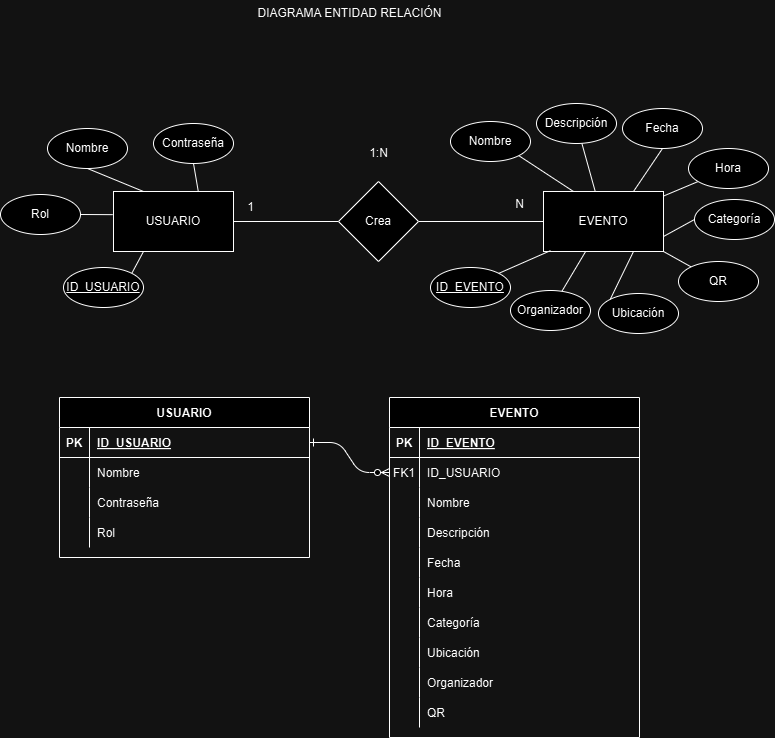
This is DIAGRAMA_ER_PROYECTOWEB.drawio.png from mariajuarezmo/Eventify_Proyecto_Colaborativo, a draw.io export, as it was before one commit. Source tidied: cells renumbered, new cells last; positions are measured from the earlier drawing's top-left corner, leaving out a move shared by most shapes.
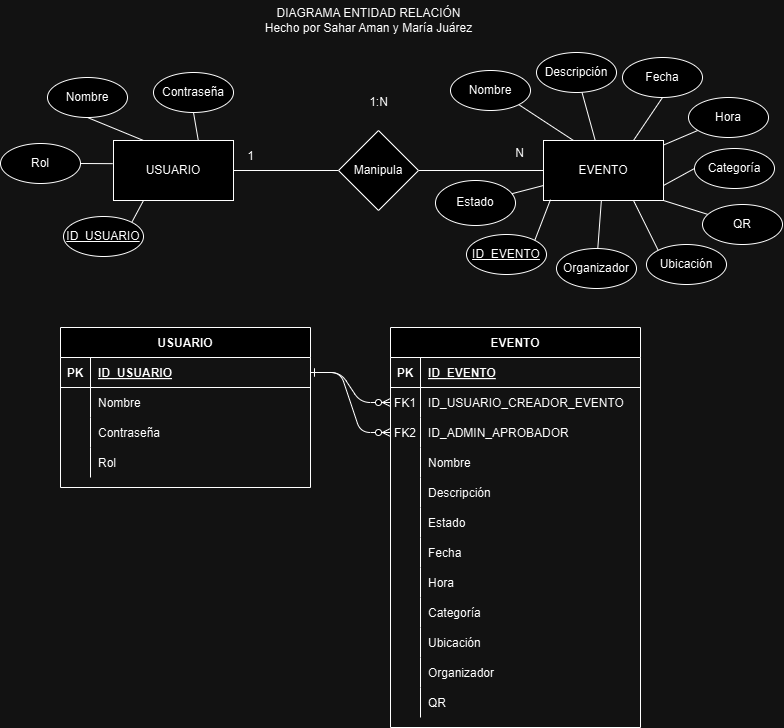
After the commit.

Commit message:
Modificación E-R base de datos

The edit, as a diff of the source:
```diff
@@ -6,7 +6,7 @@
       <mxGeometry relative="1" as="geometry" />
     </mxCell>
     <mxCell id="3" value="EVENTO" style="shape=table;startSize=30;rowLines=0;fontStyle=1;align=center;" parent="1" vertex="1">
-      <mxGeometry x="389" y="397" width="250" height="340" as="geometry" />
+      <mxGeometry x="390" y="378" width="250" height="400" as="geometry" />
     </mxCell>
     <mxCell id="4" style="shape=partialRectangle;fillColor=none;top=0;left=0;right=0;bottom=1;" parent="3" vertex="1">
       <mxGeometry y="30" width="250" height="30" as="geometry" />
@@ -23,11 +23,20 @@
     <mxCell id="8" value="FK1" style="shape=partialRectangle;overflow=hidden;fillColor=none;top=0;left=0;bottom=0;right=0;" parent="7" vertex="1">
       <mxGeometry width="30" height="30" as="geometry" />
     </mxCell>
-    <mxCell id="9" value="ID_USUARIO" style="shape=partialRectangle;overflow=hidden;fillColor=none;top=0;left=0;bottom=0;right=0;align=left;spacingLeft=6;" parent="7" vertex="1">
+    <mxCell id="9" value="ID_USUARIO_CREADOR_EVENTO" style="shape=partialRectangle;overflow=hidden;fillColor=none;top=0;left=0;bottom=0;right=0;align=left;spacingLeft=6;" parent="7" vertex="1">
       <mxGeometry x="30" width="220" height="30" as="geometry" />
     </mxCell>
+    <mxCell id="82" style="shape=partialRectangle;fillColor=none;top=0;left=0;right=0;bottom=0;" parent="3" vertex="1">
+      <mxGeometry y="90" width="250" height="30" as="geometry" />
+    </mxCell>
+    <mxCell id="83" value="FK2" style="shape=partialRectangle;overflow=hidden;fillColor=none;top=0;left=0;bottom=0;right=0;" parent="82" vertex="1">
+      <mxGeometry width="30" height="30" as="geometry" />
+    </mxCell>
+    <mxCell id="84" value="ID_ADMIN_APROBADOR" style="shape=partialRectangle;overflow=hidden;fillColor=none;top=0;left=0;bottom=0;right=0;align=left;spacingLeft=6;" parent="82" vertex="1">
+      <mxGeometry x="30" width="220" height="30" as="geometry" />
+    </mxCell>
     <mxCell id="10" style="shape=partialRectangle;fillColor=none;top=0;left=0;right=0;bottom=0;" parent="3" vertex="1">
-      <mxGeometry y="90" width="250" height="30" as="geometry" />
+      <mxGeometry y="120" width="250" height="30" as="geometry" />
     </mxCell>
     <mxCell id="11" style="shape=partialRectangle;overflow=hidden;fillColor=none;top=0;left=0;bottom=0;right=0;" parent="10" vertex="1">
       <mxGeometry width="30" height="30" as="geometry" />
@@ -36,7 +45,7 @@
       <mxGeometry x="30" width="220" height="30" as="geometry" />
     </mxCell>
     <mxCell id="13" style="shape=partialRectangle;fillColor=none;top=0;left=0;right=0;bottom=0;" parent="3" vertex="1">
-      <mxGeometry y="120" width="250" height="30" as="geometry" />
+      <mxGeometry y="150" width="250" height="30" as="geometry" />
     </mxCell>
     <mxCell id="14" style="shape=partialRectangle;overflow=hidden;fillColor=none;top=0;left=0;bottom=0;right=0;" parent="13" vertex="1">
       <mxGeometry width="30" height="30" as="geometry" />
@@ -44,8 +53,17 @@
     <mxCell id="15" value="Descripción" style="shape=partialRectangle;overflow=hidden;fillColor=none;top=0;left=0;bottom=0;right=0;align=left;spacingLeft=6;" parent="13" vertex="1">
       <mxGeometry x="30" width="220" height="30" as="geometry" />
     </mxCell>
+    <mxCell id="85" style="shape=partialRectangle;fillColor=none;top=0;left=0;right=0;bottom=0;" parent="3" vertex="1">
+      <mxGeometry y="180" width="250" height="30" as="geometry" />
+    </mxCell>
+    <mxCell id="86" style="shape=partialRectangle;overflow=hidden;fillColor=none;top=0;left=0;bottom=0;right=0;" parent="85" vertex="1">
+      <mxGeometry width="30" height="30" as="geometry" />
+    </mxCell>
+    <mxCell id="87" value="Estado" style="shape=partialRectangle;overflow=hidden;fillColor=none;top=0;left=0;bottom=0;right=0;align=left;spacingLeft=6;" parent="85" vertex="1">
+      <mxGeometry x="30" width="220" height="30" as="geometry" />
+    </mxCell>
     <mxCell id="16" style="shape=partialRectangle;fillColor=none;top=0;left=0;right=0;bottom=0;" parent="3" vertex="1">
-      <mxGeometry y="150" width="250" height="30" as="geometry" />
+      <mxGeometry y="210" width="250" height="30" as="geometry" />
     </mxCell>
     <mxCell id="17" style="shape=partialRectangle;overflow=hidden;fillColor=none;top=0;left=0;bottom=0;right=0;" parent="16" vertex="1">
       <mxGeometry width="30" height="30" as="geometry" />
@@ -54,7 +72,7 @@
       <mxGeometry x="30" width="220" height="30" as="geometry" />
     </mxCell>
     <mxCell id="19" style="shape=partialRectangle;fillColor=none;top=0;left=0;right=0;bottom=0;" parent="3" vertex="1">
-      <mxGeometry y="180" width="250" height="30" as="geometry" />
+      <mxGeometry y="240" width="250" height="30" as="geometry" />
     </mxCell>
     <mxCell id="20" style="shape=partialRectangle;overflow=hidden;fillColor=none;top=0;left=0;bottom=0;right=0;" parent="19" vertex="1">
       <mxGeometry width="30" height="30" as="geometry" />
@@ -63,7 +81,7 @@
       <mxGeometry x="30" width="220" height="30" as="geometry" />
     </mxCell>
     <mxCell id="22" style="shape=partialRectangle;fillColor=none;top=0;left=0;right=0;bottom=0;" parent="3" vertex="1">
-      <mxGeometry y="210" width="250" height="30" as="geometry" />
+      <mxGeometry y="270" width="250" height="30" as="geometry" />
     </mxCell>
     <mxCell id="23" style="shape=partialRectangle;overflow=hidden;fillColor=none;top=0;left=0;bottom=0;right=0;" parent="22" vertex="1">
       <mxGeometry width="30" height="30" as="geometry" />
@@ -72,7 +90,7 @@
       <mxGeometry x="30" width="220" height="30" as="geometry" />
     </mxCell>
     <mxCell id="25" style="shape=partialRectangle;fillColor=none;top=0;left=0;right=0;bottom=0;" parent="3" vertex="1">
-      <mxGeometry y="240" width="250" height="30" as="geometry" />
+      <mxGeometry y="300" width="250" height="30" as="geometry" />
     </mxCell>
     <mxCell id="26" style="shape=partialRectangle;overflow=hidden;fillColor=none;top=0;left=0;bottom=0;right=0;" parent="25" vertex="1">
       <mxGeometry width="30" height="30" as="geometry" />
@@ -81,7 +99,7 @@
       <mxGeometry x="30" width="220" height="30" as="geometry" />
     </mxCell>
     <mxCell id="28" style="shape=partialRectangle;fillColor=none;top=0;left=0;right=0;bottom=0;" parent="3" vertex="1">
-      <mxGeometry y="270" width="250" height="30" as="geometry" />
+      <mxGeometry y="330" width="250" height="30" as="geometry" />
     </mxCell>
     <mxCell id="29" style="shape=partialRectangle;overflow=hidden;fillColor=none;top=0;left=0;bottom=0;right=0;" parent="28" vertex="1">
       <mxGeometry width="30" height="30" as="geometry" />
@@ -90,7 +108,7 @@
       <mxGeometry x="30" width="220" height="30" as="geometry" />
     </mxCell>
     <mxCell id="31" style="shape=partialRectangle;fillColor=none;top=0;left=0;right=0;bottom=0;" parent="3" vertex="1">
-      <mxGeometry y="300" width="250" height="30" as="geometry" />
+      <mxGeometry y="360" width="250" height="30" as="geometry" />
     </mxCell>
     <mxCell id="32" style="shape=partialRectangle;overflow=hidden;fillColor=none;top=0;left=0;bottom=0;right=0;" parent="31" vertex="1">
       <mxGeometry width="30" height="30" as="geometry" />
@@ -99,7 +117,7 @@
       <mxGeometry x="30" width="220" height="30" as="geometry" />
     </mxCell>
     <mxCell id="34" value="USUARIO" style="shape=table;startSize=30;rowLines=0;fontStyle=1;align=center;" parent="1" vertex="1">
-      <mxGeometry x="59" y="397" width="250" height="160" as="geometry" />
+      <mxGeometry x="60" y="378" width="250" height="160" as="geometry" />
     </mxCell>
     <mxCell id="35" style="shape=partialRectangle;fillColor=none;points=[[0,0.5],[1,0.5]];portConstraint=eastwest;top=0;left=0;right=0;bottom=1;" parent="34" vertex="1">
       <mxGeometry y="30" width="250" height="30" as="geometry" />
@@ -146,7 +164,7 @@
     <mxCell id="49" style="edgeStyle=orthogonalEdgeStyle;rounded=0;jettySize=auto;html=1;entryX=0;entryY=0.5;entryDx=0;entryDy=0;endArrow=none;endFill=0;" parent="1" edge="1" source="50" target="51">
       <mxGeometry relative="1" as="geometry" />
     </mxCell>
-    <mxCell id="50" value="Crea" style="rhombus;whiteSpace=wrap;html=1;" parent="1" vertex="1">
+    <mxCell id="50" value="Manipula" style="rhombus;whiteSpace=wrap;html=1;" parent="1" vertex="1">
       <mxGeometry x="338" y="181" width="80" height="80" as="geometry" />
     </mxCell>
     <mxCell id="51" value="EVENTO" style="rounded=0;whiteSpace=wrap;html=1;" parent="1" vertex="1">
@@ -186,13 +204,13 @@
       <mxGeometry x="622" y="108" width="80" height="40" as="geometry" />
     </mxCell>
     <mxCell id="63" value="&lt;u&gt;ID_EVENTO&lt;/u&gt;" style="ellipse;whiteSpace=wrap;html=1;" parent="1" vertex="1">
-      <mxGeometry x="430" y="267" width="80" height="40" as="geometry" />
+      <mxGeometry x="466" y="285" width="80" height="40" as="geometry" />
     </mxCell>
     <mxCell id="64" style="rounded=0;jettySize=auto;html=1;endArrow=none;endFill=0;" parent="1" edge="1" source="65" target="51">
       <mxGeometry relative="1" as="geometry" />
     </mxCell>
     <mxCell id="65" value="Organizador" style="ellipse;whiteSpace=wrap;html=1;" parent="1" vertex="1">
-      <mxGeometry x="510" y="290" width="80" height="40" as="geometry" />
+      <mxGeometry x="556" y="299" width="80" height="40" as="geometry" />
     </mxCell>
     <mxCell id="66" style="rounded=0;jettySize=auto;html=1;endArrow=none;endFill=0;" parent="1" edge="1" source="67" target="51">
       <mxGeometry relative="1" as="geometry" />
@@ -207,7 +225,7 @@
       <mxGeometry x="688" y="148" width="80" height="40" as="geometry" />
     </mxCell>
     <mxCell id="70" value="Ubicación" style="ellipse;whiteSpace=wrap;html=1;" parent="1" vertex="1">
-      <mxGeometry x="598" y="293" width="80" height="40" as="geometry" />
+      <mxGeometry x="646" y="295" width="80" height="40" as="geometry" />
     </mxCell>
     <mxCell id="71" value="Nombre" style="ellipse;whiteSpace=wrap;html=1;" parent="1" vertex="1">
       <mxGeometry x="450" y="121" width="80" height="40" as="geometry" />
@@ -237,10 +255,21 @@
       <mxGeometry relative="1" as="geometry" />
     </mxCell>
     <mxCell id="80" value="QR" style="ellipse;whiteSpace=wrap;html=1;" parent="1" vertex="1">
-      <mxGeometry x="678" y="261" width="80" height="40" as="geometry" />
+      <mxGeometry x="702" y="255" width="80" height="40" as="geometry" />
     </mxCell>
-    <mxCell id="81" value="DIAGRAMA ENTIDAD RELACIÓN" style="text;html=1;align=center;verticalAlign=middle;strokeColor=none;fillColor=none;" parent="1" vertex="1">
-      <mxGeometry x="248" width="202" height="26" as="geometry" />
+    <mxCell id="81" value="DIAGRAMA ENTIDAD RELACIÓN&lt;div&gt;Hecho por Sahar Aman y María Juárez&lt;/div&gt;" style="text;html=1;align=center;verticalAlign=middle;strokeColor=none;fillColor=none;" parent="1" vertex="1">
+      <mxGeometry x="255" y="51" width="225" height="41" as="geometry" />
     </mxCell>
+    <mxCell id="88" style="rounded=0;jettySize=auto;html=1;entryX=0;entryY=0.75;entryDx=0;entryDy=0;endArrow=none;endFill=0;" parent="1" edge="1" source="89" target="51">
+      <mxGeometry relative="1" as="geometry" />
+    </mxCell>
+    <mxCell id="89" value="Estado" style="ellipse;whiteSpace=wrap;html=1;" parent="1" vertex="1">
+      <mxGeometry x="435" y="231" width="80" height="45" as="geometry" />
+    </mxCell>
+    <mxCell id="90" style="edgeStyle=entityRelationEdgeStyle;endArrow=ERzeroToMany;startArrow=ERone;endFill=1;startFill=0;exitX=1;exitY=0.5;exitDx=0;exitDy=0;" parent="1" edge="1" source="35">
+      <mxGeometry relative="1" as="geometry">
+        <mxPoint x="390" y="483" as="targetPoint" />
+      </mxGeometry>
+    </mxCell>
   </root>
 </mxGraphModel>
```
